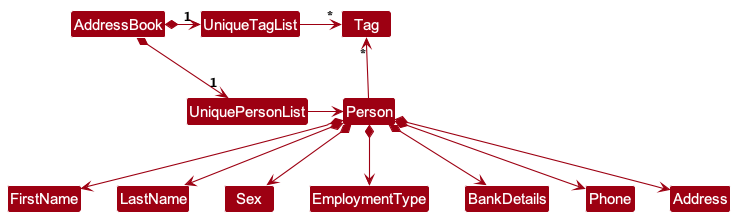
Above: docs/images/BetterModelClassDiagram.png in nus-cs2103-AY2324S2/tp (PlantUML), before the change.
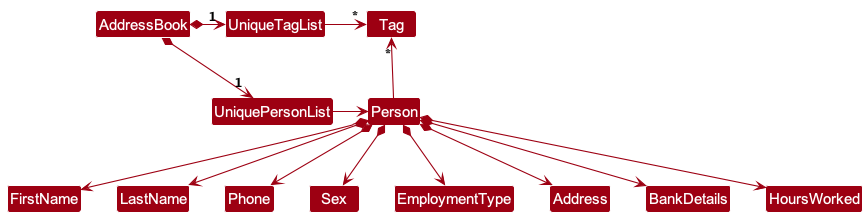
After the change.

Commit message:
Update DG model component to include hours worked.

Change to the diagram source:
```diff
@@ -21,4 +21,13 @@
 Person *--> BankDetails
 Person *--> Phone
 Person *--> Address
+Person *--> HoursWorked
+
+FirstName -[hidden]right-> LastName
+LastName -[hidden]right-> Phone
+Phone -[hidden]right-> Sex
+Sex -[hidden]right-> EmploymentType
+EmploymentType -[hidden]right-> Address
+Address -[hidden]right-> BankDetails
+BankDetails -[hidden]right-> HoursWorked
 @enduml
```
